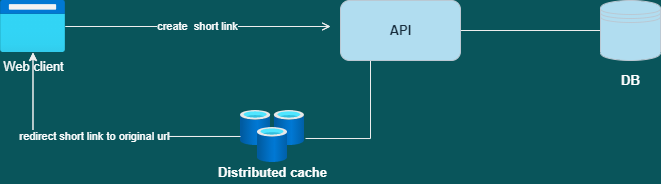
This is diagram.drawio.png from jhonnysanchezillisaca/url-shortener, a draw.io export, as it was before one commit. Source tidied: cells renumbered, new cells last; positions are measured from the earlier drawing's top-left corner, leaving out a move shared by most shapes.
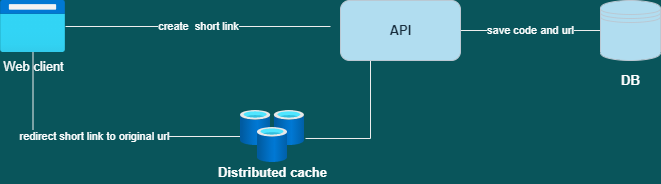
After the commit.

What changed in the source:
```diff
@@ -2,7 +2,7 @@
   <root>
     <mxCell id="0" />
     <mxCell id="1" parent="0" />
-    <mxCell id="2" value="create&amp;nbsp; short link" style="rounded=1;jettySize=auto;html=1;endArrow=open;endFill=0;strokeColor=#EEEEEE;fontColor=#FFFFFF;labelBackgroundColor=#09555B;" parent="1" edge="1" source="3">
+    <mxCell id="2" value="create&amp;nbsp; short link" style="rounded=1;jettySize=auto;html=1;endArrow=none;endFill=0;strokeColor=#EEEEEE;fontColor=#FFFFFF;labelBackgroundColor=#09555B;" parent="1" edge="1" source="3">
       <mxGeometry relative="1" as="geometry">
         <mxPoint x="330" y="26" as="targetPoint" />
       </mxGeometry>
@@ -13,13 +13,13 @@
     <mxCell id="4" style="edgeStyle=orthogonalEdgeStyle;rounded=0;jettySize=auto;html=1;exitX=0.25;exitY=1;exitDx=0;exitDy=0;entryX=1.016;entryY=0.538;entryDx=0;entryDy=0;entryPerimeter=0;endArrow=none;endFill=0;strokeColor=#EEEEEE;fontColor=#FFFFFF;labelBackgroundColor=#09555B;" parent="1" edge="1" source="6" target="8">
       <mxGeometry relative="1" as="geometry" />
     </mxCell>
-    <mxCell id="5" style="edgeStyle=none;rounded=1;jettySize=auto;html=1;exitX=1;exitY=0.5;exitDx=0;exitDy=0;entryX=0;entryY=0.5;entryDx=0;entryDy=0;endArrow=none;endFill=0;strokeColor=#EEEEEE;fontColor=#FFFFFF;labelBackgroundColor=#09555B;" parent="1" edge="1" source="6" target="9">
+    <mxCell id="5" value="save code and url" style="edgeStyle=none;rounded=1;jettySize=auto;html=1;exitX=1;exitY=0.5;exitDx=0;exitDy=0;entryX=0;entryY=0.5;entryDx=0;entryDy=0;endArrow=none;endFill=0;strokeColor=#EEEEEE;fontColor=#FFFFFF;labelBackgroundColor=#09555B;" parent="1" edge="1" source="6" target="9">
       <mxGeometry relative="1" as="geometry" />
     </mxCell>
     <mxCell id="6" style="rounded=1;whiteSpace=wrap;html=1;fillColor=#B1DDF0;strokeColor=#BAC8D3;fontColor=#182E3E;" parent="1" vertex="1">
       <mxGeometry x="340" width="120" height="60" as="geometry" />
     </mxCell>
-    <mxCell id="7" value="redirect short link to original url" style="edgeStyle=orthogonalEdgeStyle;rounded=0;jettySize=auto;html=1;endArrow=classic;endFill=1;strokeColor=#EEEEEE;fontColor=#FFFFFF;labelBackgroundColor=#09555B;" parent="1" edge="1" source="8" target="3">
+    <mxCell id="7" value="redirect short link to original url" style="edgeStyle=orthogonalEdgeStyle;rounded=0;jettySize=auto;html=1;endArrow=none;endFill=0;strokeColor=#EEEEEE;fontColor=#FFFFFF;labelBackgroundColor=#09555B;" parent="1" edge="1" source="8" target="3">
       <mxGeometry relative="1" as="geometry" />
     </mxCell>
     <mxCell id="8" style="html=1;points=[];align=center;image;fontSize=12;image=img/lib/azure2/databases/Cache_Redis.svg;fillColor=#B1DDF0;strokeColor=#BAC8D3;fontColor=#182E3E;labelBackgroundColor=none;" parent="1" vertex="1">
@@ -38,17 +38,5 @@
       <mxGeometry x="615" y="70" width="30" height="20" as="geometry" />
     </mxCell>
     <mxCell id="13" value="background-color" parent="0" />
-    <mxCell id="14" value="create&amp;nbsp; short link" style="rounded=1;orthogonalLoop=1;jettySize=auto;html=1;endArrow=open;endFill=0;strokeColor=#EEEEEE;fontColor=#FFFFFF;labelBackgroundColor=#09555B;" parent="13" edge="1">
-      <mxGeometry relative="1" as="geometry">
-        <mxPoint x="65" y="26" as="sourcePoint" />
-        <mxPoint x="330" y="26" as="targetPoint" />
-      </mxGeometry>
-    </mxCell>
-    <mxCell id="15" value="redirect short link to original url" style="edgeStyle=orthogonalEdgeStyle;rounded=0;orthogonalLoop=1;jettySize=auto;html=1;endArrow=classic;endFill=1;strokeColor=#EEEEEE;fontColor=#FFFFFF;labelBackgroundColor=#09555B;" parent="13" edge="1">
-      <mxGeometry relative="1" as="geometry">
-        <mxPoint x="240" y="136" as="sourcePoint" />
-        <mxPoint x="32.5" y="52" as="targetPoint" />
-      </mxGeometry>
-    </mxCell>
   </root>
 </mxGraphModel>
```
